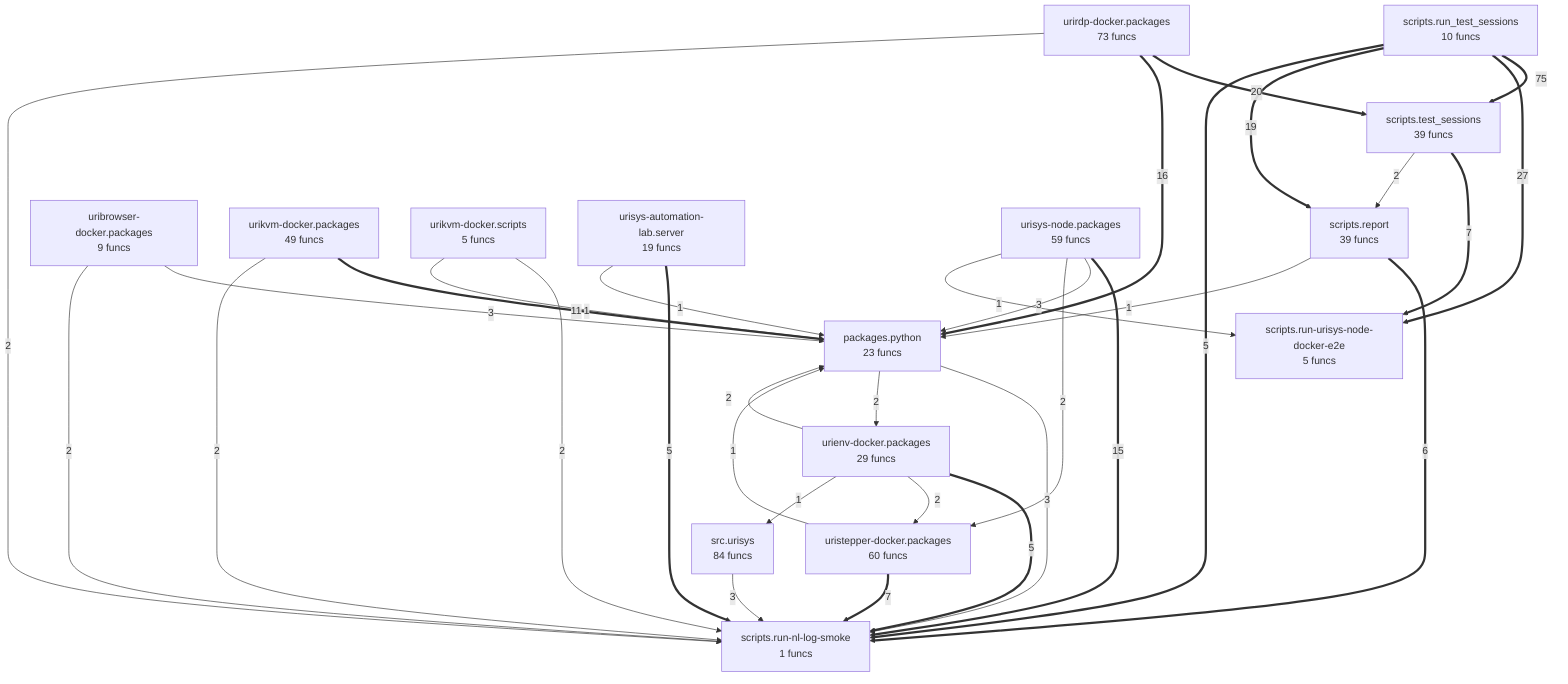
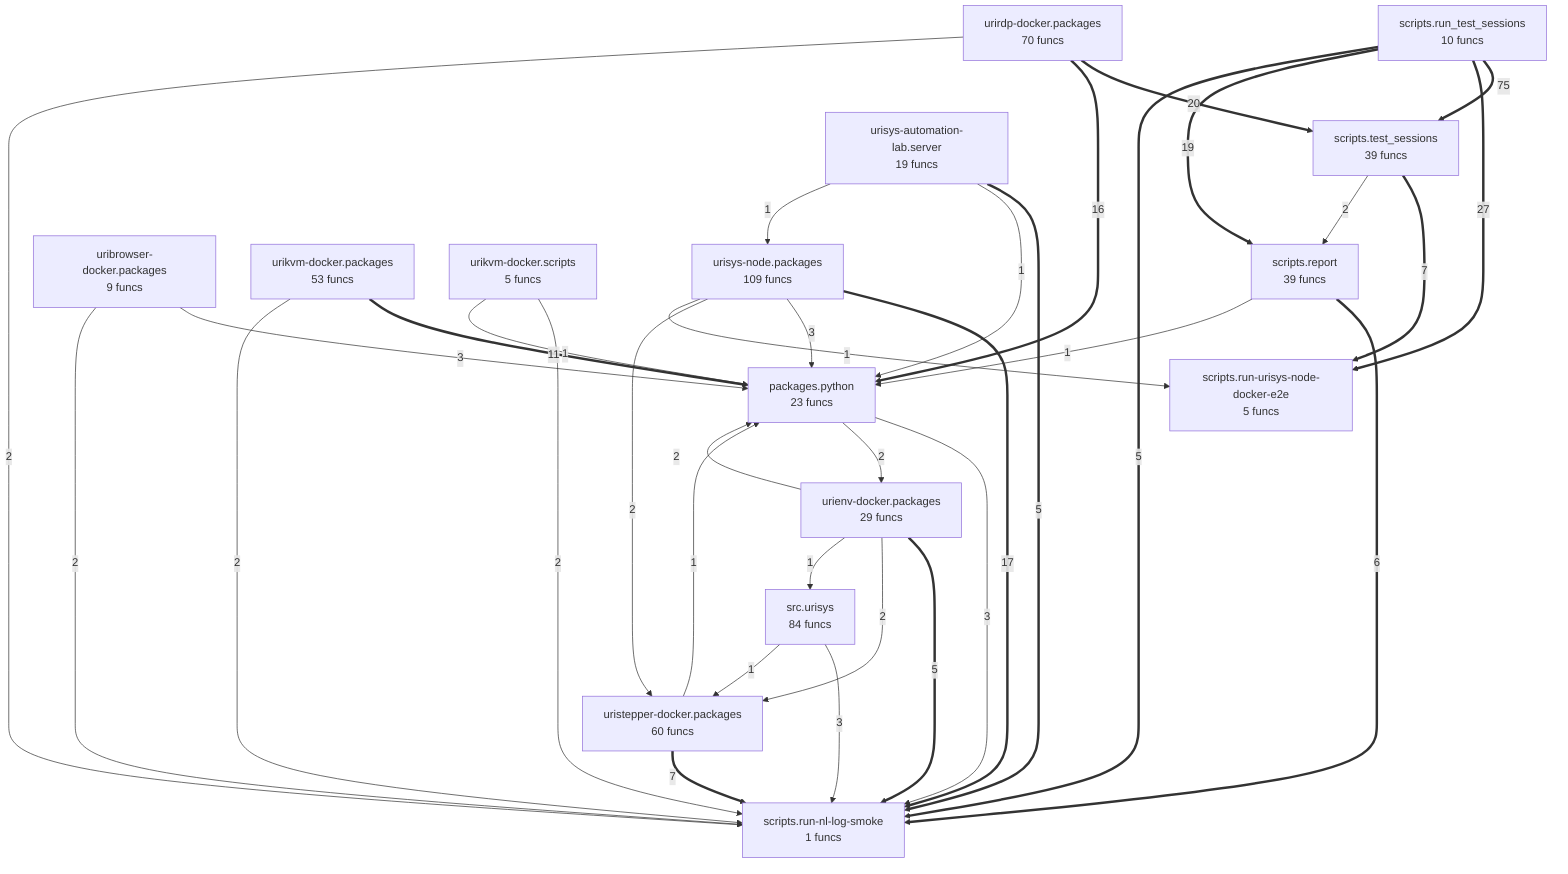
flowchart TD
- %% generated in 0.01s
+ %% generated in 0.02s
    packages__python["packages.python<br/>23 funcs"]
    scripts__report["scripts.report<br/>39 funcs"]
    scripts__run_nl_log_smoke["scripts.run-nl-log-smoke<br/>1 funcs"]
    scripts__run_urisys_node_docker_e2e["scripts.run-urisys-node-docker-e2e<br/>5 funcs"]
    scripts__run_test_sessions["scripts.run_test_sessions<br/>10 funcs"]
    scripts__test_sessions["scripts.test_sessions<br/>39 funcs"]
    src__urisys["src.urisys<br/>84 funcs"]
    uribrowser_docker__packages["uribrowser-docker.packages<br/>9 funcs"]
    urienv_docker__packages["urienv-docker.packages<br/>29 funcs"]
-     urikvm_docker__packages["urikvm-docker.packages<br/>49 funcs"]
+     urikvm_docker__packages["urikvm-docker.packages<br/>53 funcs"]
    urikvm_docker__scripts["urikvm-docker.scripts<br/>5 funcs"]
-     urirdp_docker__packages["urirdp-docker.packages<br/>73 funcs"]
+     urirdp_docker__packages["urirdp-docker.packages<br/>70 funcs"]
    uristepper_docker__packages["uristepper-docker.packages<br/>60 funcs"]
    urisys_automation_lab__server["urisys-automation-lab.server<br/>19 funcs"]
-     urisys_node__packages["urisys-node.packages<br/>59 funcs"]
+     urisys_node__packages["urisys-node.packages<br/>109 funcs"]
    scripts__run_test_sessions ==>|75| scripts__test_sessions
    scripts__run_test_sessions ==>|27| scripts__run_urisys_node_docker_e2e
    urirdp_docker__packages ==>|20| scripts__test_sessions
    scripts__run_test_sessions ==>|19| scripts__report
+     urisys_node__packages ==>|17| scripts__run_nl_log_smoke
    urirdp_docker__packages ==>|16| packages__python
-     urisys_node__packages ==>|15| scripts__run_nl_log_smoke
    urikvm_docker__packages ==>|11| packages__python
    uristepper_docker__packages ==>|7| scripts__run_nl_log_smoke
    scripts__test_sessions ==>|7| scripts__run_urisys_node_docker_e2e
    scripts__report ==>|6| scripts__run_nl_log_smoke
    scripts__run_test_sessions ==>|5| scripts__run_nl_log_smoke
    urisys_automation_lab__server ==>|5| scripts__run_nl_log_smoke
    urienv_docker__packages ==>|5| scripts__run_nl_log_smoke
    packages__python -->|3| scripts__run_nl_log_smoke
    src__urisys -->|3| scripts__run_nl_log_smoke
    uribrowser_docker__packages -->|3| packages__python
    urisys_node__packages -->|3| packages__python
    packages__python -->|2| urienv_docker__packages
    scripts__test_sessions -->|2| scripts__report
    urirdp_docker__packages -->|2| scripts__run_nl_log_smoke
    uribrowser_docker__packages -->|2| scripts__run_nl_log_smoke
    urikvm_docker__packages -->|2| scripts__run_nl_log_smoke
    urikvm_docker__scripts -->|2| scripts__run_nl_log_smoke
    urienv_docker__packages -->|2| uristepper_docker__packages
    urienv_docker__packages -->|2| packages__python
    urisys_node__packages -->|2| uristepper_docker__packages
    uristepper_docker__packages -->|1| packages__python
    scripts__report -->|1| packages__python
    urikvm_docker__scripts -->|1| packages__python
    urisys_automation_lab__server -->|1| packages__python
+     urisys_automation_lab__server -->|1| urisys_node__packages
    urienv_docker__packages -->|1| src__urisys
    urisys_node__packages -->|1| scripts__run_urisys_node_docker_e2e
+     src__urisys -->|1| uristepper_docker__packages
